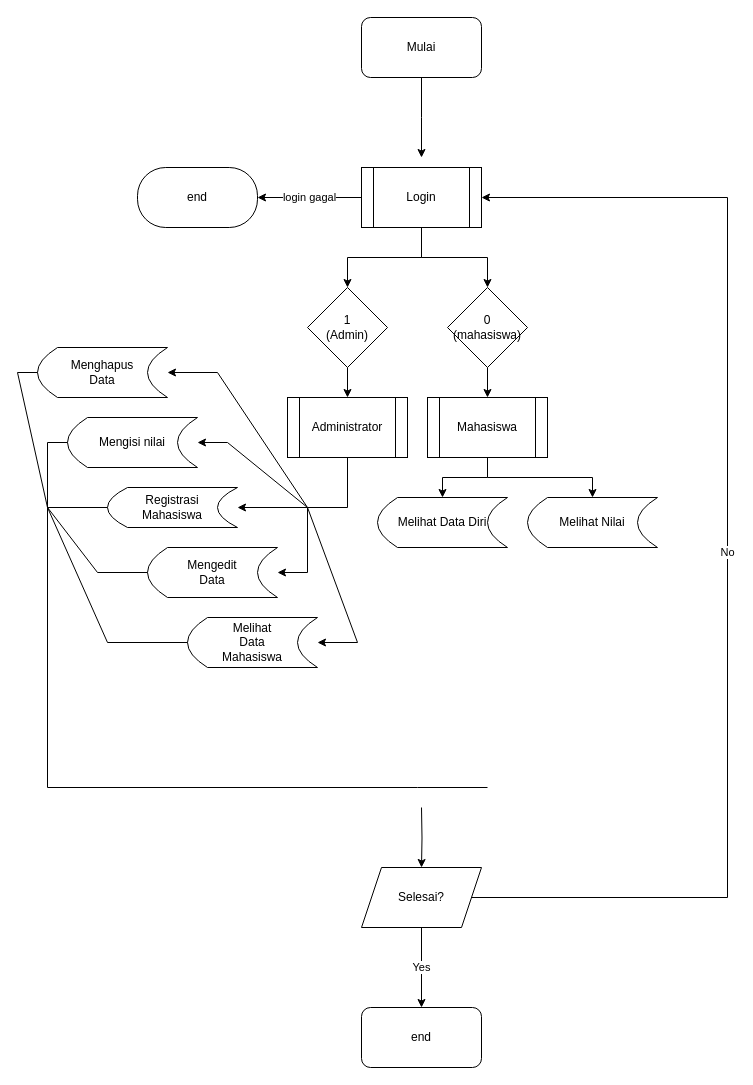
This is Aplikasi/Litman.drawio from CettaMa/Kel_50, a draw.io file, before an edit. Source tidied: cells renumbered, new cells numbered last; positions are measured from the earlier drawing's top-left corner, leaving out a move shared by most shapes. Both pictures are drawn from the tidied source at 100%, with x=0, y=0 at pixel (17, 17).
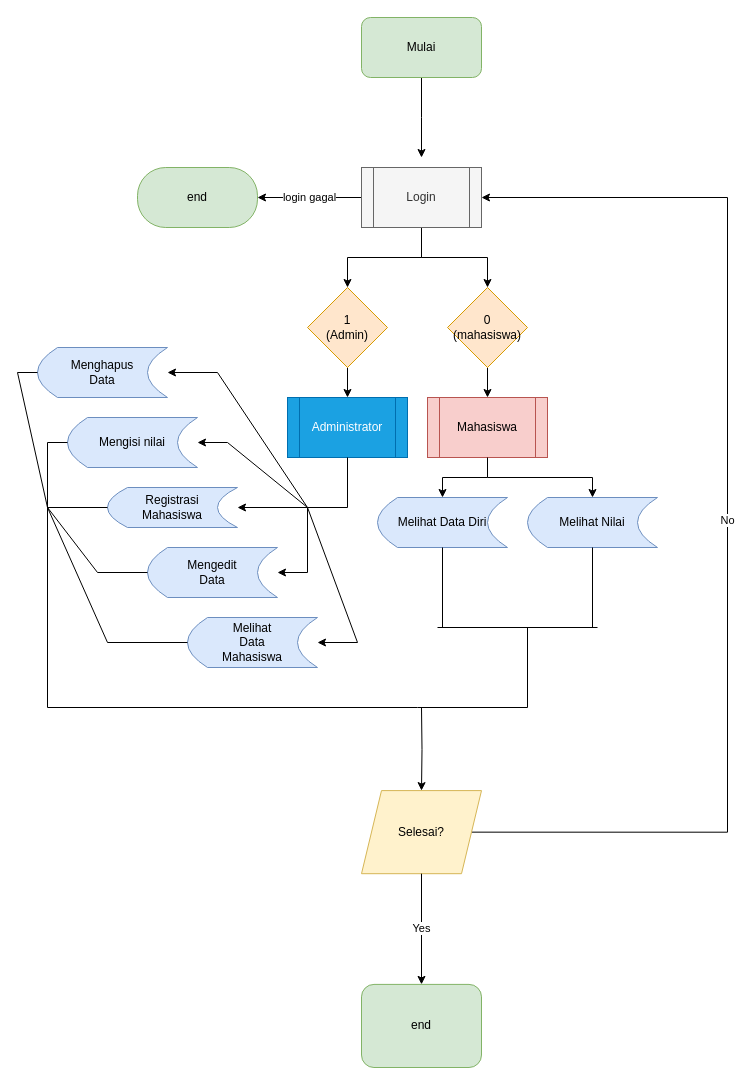
Above is the later version.

Change to the diagram source:
```diff
@@
-    <mxCell id="3" value="Mulai" style="rounded=1;whiteSpace=wrap;html=1;" parent="1" vertex="1">
+    <mxCell id="3" value="Mulai" style="rounded=1;whiteSpace=wrap;html=1;fillColor=#d5e8d4;strokeColor=#82b366;" parent="1" vertex="1">
       <mxGeometry x="344" width="120" height="60" as="geometry" />
     </mxCell>
@@
-    <mxCell id="7" value="Login" style="shape=process;whiteSpace=wrap;html=1;backgroundOutline=1;" parent="1" vertex="1">
+    <mxCell id="7" value="Login" style="shape=process;whiteSpace=wrap;html=1;backgroundOutline=1;fillColor=#f5f5f5;fontColor=#333333;strokeColor=#666666;" parent="1" vertex="1">
       <mxGeometry x="344" y="150" width="120" height="60" as="geometry" />
     </mxCell>
@@
-    <mxCell id="9" value="1&lt;br&gt;(Admin)" style="rhombus;whiteSpace=wrap;html=1;" parent="1" vertex="1">
+    <mxCell id="9" value="1&lt;br&gt;(Admin)" style="rhombus;whiteSpace=wrap;html=1;fillColor=#ffe6cc;strokeColor=#d79b00;" parent="1" vertex="1">
       <mxGeometry x="290" y="270" width="80" height="80" as="geometry" />
     </mxCell>
@@
-    <mxCell id="11" value="0&lt;br&gt;(mahasiswa)" style="rhombus;whiteSpace=wrap;html=1;" parent="1" vertex="1">
+    <mxCell id="11" value="0&lt;br&gt;(mahasiswa)" style="rhombus;whiteSpace=wrap;html=1;fillColor=#ffe6cc;strokeColor=#d79b00;" parent="1" vertex="1">
       <mxGeometry x="430" y="270" width="80" height="80" as="geometry" />
     </mxCell>
-    <mxCell id="12" value="Administrator" style="shape=process;whiteSpace=wrap;html=1;backgroundOutline=1;" parent="1" vertex="1">
+    <mxCell id="12" value="Administrator" style="shape=process;whiteSpace=wrap;html=1;backgroundOutline=1;fillColor=#1ba1e2;fontColor=#ffffff;strokeColor=#006EAF;" parent="1" vertex="1">
       <mxGeometry x="270" y="380" width="120" height="60" as="geometry" />
     </mxCell>
-    <mxCell id="13" value="Mahasiswa" style="shape=process;whiteSpace=wrap;html=1;backgroundOutline=1;" parent="1" vertex="1">
+    <mxCell id="13" value="Mahasiswa" style="shape=process;whiteSpace=wrap;html=1;backgroundOutline=1;fillColor=#f8cecc;strokeColor=#b85450;" parent="1" vertex="1">
       <mxGeometry x="410" y="380" width="120" height="60" as="geometry" />
     </mxCell>
-    <mxCell id="14" value="end" style="rounded=1;whiteSpace=wrap;html=1;arcSize=47;" parent="1" vertex="1">
+    <mxCell id="14" value="end" style="rounded=1;whiteSpace=wrap;html=1;arcSize=47;fillColor=#d5e8d4;strokeColor=#82b366;" parent="1" vertex="1">
       <mxGeometry x="120" y="150" width="120" height="60" as="geometry" />
     </mxCell>
     <mxCell id="15" value="No" style="edgeStyle=orthogonalEdgeStyle;rounded=0;jettySize=auto;html=1;exitX=1;exitY=0.5;exitDx=0;exitDy=0;entryX=1;entryY=0.5;entryDx=0;entryDy=0;" parent="1" edge="1" source="18" target="7">
       <mxGeometry relative="1" as="geometry">
         <Array as="points">
-          <mxPoint x="710" y="880" />
+          <mxPoint x="710" y="815" />
           <mxPoint x="710" y="180" />
         </Array>
       </mxGeometry>
     </mxCell>
     <mxCell id="16" style="group;" parent="1" vertex="1">
-      <mxGeometry x="344" y="790" width="120" height="260" as="geometry" />
+      <mxGeometry x="344" y="690" width="120" height="360" as="geometry" />
     </mxCell>
@@
-    <mxCell id="18" value="Selesai?" style="shape=parallelogram;perimeter=parallelogramPerimeter;whiteSpace=wrap;html=1;fixedSize=1;" parent="16" vertex="1">
-      <mxGeometry y="60" width="120" height="60" as="geometry" />
+    <mxCell id="18" value="Selesai?" style="shape=parallelogram;perimeter=parallelogramPerimeter;whiteSpace=wrap;html=1;fixedSize=1;fillColor=#fff2cc;strokeColor=#d6b656;" parent="16" vertex="1">
+      <mxGeometry y="83.1" width="120" height="83.1" as="geometry" />
     </mxCell>
-    <mxCell id="19" value="end" style="rounded=1;whiteSpace=wrap;html=1;" parent="16" vertex="1">
-      <mxGeometry y="200" width="120" height="60" as="geometry" />
+    <mxCell id="19" value="end" style="rounded=1;whiteSpace=wrap;html=1;fillColor=#d5e8d4;strokeColor=#82b366;" parent="16" vertex="1">
+      <mxGeometry y="276.9" width="120" height="83.1" as="geometry" />
     </mxCell>
@@
-    <mxCell id="21" value="&lt;div align=&quot;left&quot;&gt;Melihat Nilai &lt;br&gt;&lt;/div&gt;" style="shape=dataStorage;whiteSpace=wrap;html=1;fixedSize=1;" parent="1" vertex="1">
+    <mxCell id="21" value="&lt;div align=&quot;left&quot;&gt;Melihat Nilai &lt;br&gt;&lt;/div&gt;" style="shape=dataStorage;whiteSpace=wrap;html=1;fixedSize=1;fillColor=#dae8fc;strokeColor=#6c8ebf;" parent="1" vertex="1">
       <mxGeometry x="510" y="480" width="130" height="50" as="geometry" />
     </mxCell>
-    <mxCell id="22" value="Mengisi nilai" style="shape=dataStorage;whiteSpace=wrap;html=1;fixedSize=1;" parent="1" vertex="1">
+    <mxCell id="22" value="Mengisi nilai" style="shape=dataStorage;whiteSpace=wrap;html=1;fixedSize=1;fillColor=#dae8fc;strokeColor=#6c8ebf;" parent="1" vertex="1">
       <mxGeometry x="50" y="400" width="130" height="50" as="geometry" />
     </mxCell>
-    <mxCell id="23" value="&lt;div&gt;Registrasi&lt;/div&gt;&lt;div&gt;Mahasiswa&lt;br&gt;&lt;/div&gt;" style="shape=dataStorage;whiteSpace=wrap;html=1;fixedSize=1;" parent="1" vertex="1">
+    <mxCell id="23" value="&lt;div&gt;Registrasi&lt;/div&gt;&lt;div&gt;Mahasiswa&lt;br&gt;&lt;/div&gt;" style="shape=dataStorage;whiteSpace=wrap;html=1;fixedSize=1;fillColor=#dae8fc;strokeColor=#6c8ebf;" parent="1" vertex="1">
       <mxGeometry x="90" y="470" width="130" height="40" as="geometry" />
     </mxCell>
-    <mxCell id="24" value="&lt;div align=&quot;left&quot;&gt;Melihat Data Diri &lt;br&gt;&lt;/div&gt;" style="shape=dataStorage;whiteSpace=wrap;html=1;fixedSize=1;" parent="1" vertex="1">
+    <mxCell id="24" value="&lt;div align=&quot;left&quot;&gt;Melihat Data Diri &lt;br&gt;&lt;/div&gt;" style="shape=dataStorage;whiteSpace=wrap;html=1;fixedSize=1;fillColor=#dae8fc;strokeColor=#6c8ebf;" parent="1" vertex="1">
       <mxGeometry x="360" y="480" width="130" height="50" as="geometry" />
     </mxCell>
-    <mxCell id="25" value="&lt;div&gt;Mengedit&lt;/div&gt;&lt;div&gt;Data&lt;br&gt;&lt;/div&gt;" style="shape=dataStorage;whiteSpace=wrap;html=1;fixedSize=1;" parent="1" vertex="1">
+    <mxCell id="25" value="&lt;div&gt;Mengedit&lt;/div&gt;&lt;div&gt;Data&lt;br&gt;&lt;/div&gt;" style="shape=dataStorage;whiteSpace=wrap;html=1;fixedSize=1;fillColor=#dae8fc;strokeColor=#6c8ebf;" parent="1" vertex="1">
       <mxGeometry x="130" y="530" width="130" height="50" as="geometry" />
     </mxCell>
-    <mxCell id="26" value="&lt;div&gt;Menghapus &lt;br&gt;&lt;/div&gt;&lt;div&gt;Data&lt;/div&gt;" style="shape=dataStorage;whiteSpace=wrap;html=1;fixedSize=1;" parent="1" vertex="1">
+    <mxCell id="26" value="&lt;div&gt;Menghapus &lt;br&gt;&lt;/div&gt;&lt;div&gt;Data&lt;/div&gt;" style="shape=dataStorage;whiteSpace=wrap;html=1;fixedSize=1;fillColor=#dae8fc;strokeColor=#6c8ebf;" parent="1" vertex="1">
       <mxGeometry x="20" y="330" width="130" height="50" as="geometry" />
     </mxCell>
-    <mxCell id="27" value="&lt;div&gt;Melihat &lt;br&gt;&lt;/div&gt;&lt;div&gt;Data&lt;/div&gt;&lt;div&gt;Mahasiswa&lt;br&gt;&lt;/div&gt;" style="shape=dataStorage;whiteSpace=wrap;html=1;fixedSize=1;" parent="1" vertex="1">
+    <mxCell id="27" value="&lt;div&gt;Melihat &lt;br&gt;&lt;/div&gt;&lt;div&gt;Data&lt;/div&gt;&lt;div&gt;Mahasiswa&lt;br&gt;&lt;/div&gt;" style="shape=dataStorage;whiteSpace=wrap;html=1;fixedSize=1;fillColor=#dae8fc;strokeColor=#6c8ebf;" parent="1" vertex="1">
       <mxGeometry x="170" y="600" width="130" height="50" as="geometry" />
     </mxCell>
@@
     <mxCell id="42" style="endArrow=none;html=1;rounded=0;" parent="1" edge="1">
       <mxGeometry relative="1" as="geometry">
-        <mxPoint x="30" y="490" as="sourcePoint" />
-        <mxPoint x="470" y="770" as="targetPoint" />
+        <mxPoint x="30" y="430" as="sourcePoint" />
+        <mxPoint x="510" y="690" as="targetPoint" />
         <Array as="points">
-          <mxPoint x="30" y="770" />
-          <mxPoint x="400" y="770" />
+          <mxPoint x="30" y="690" />
+          <mxPoint x="400" y="690" />
         </Array>
       </mxGeometry>
     </mxCell>
+    <mxCell id="43" style="endArrow=none;html=1;rounded=0;entryX=0.5;entryY=1;entryDx=0;entryDy=0;" parent="1" edge="1" target="24">
+      <mxGeometry relative="1" as="geometry">
+        <mxPoint x="425" y="610" as="sourcePoint" />
+      </mxGeometry>
+    </mxCell>
+    <mxCell id="44" style="endArrow=none;html=1;rounded=0;entryX=0.5;entryY=1;entryDx=0;entryDy=0;" parent="1" edge="1" target="21">
+      <mxGeometry relative="1" as="geometry">
+        <mxPoint x="575" y="610" as="sourcePoint" />
+      </mxGeometry>
+    </mxCell>
+    <mxCell id="45" style="endArrow=none;html=1;rounded=0;" parent="1" edge="1">
+      <mxGeometry relative="1" as="geometry">
+        <mxPoint x="580" y="610" as="sourcePoint" />
+        <mxPoint x="420" y="610" as="targetPoint" />
+      </mxGeometry>
+    </mxCell>
+    <mxCell id="46" style="endArrow=none;html=1;rounded=0;" parent="1" edge="1">
+      <mxGeometry relative="1" as="geometry">
+        <mxPoint x="510" y="690" as="sourcePoint" />
+        <mxPoint x="510" y="610" as="targetPoint" />
+      </mxGeometry>
+    </mxCell>
```
